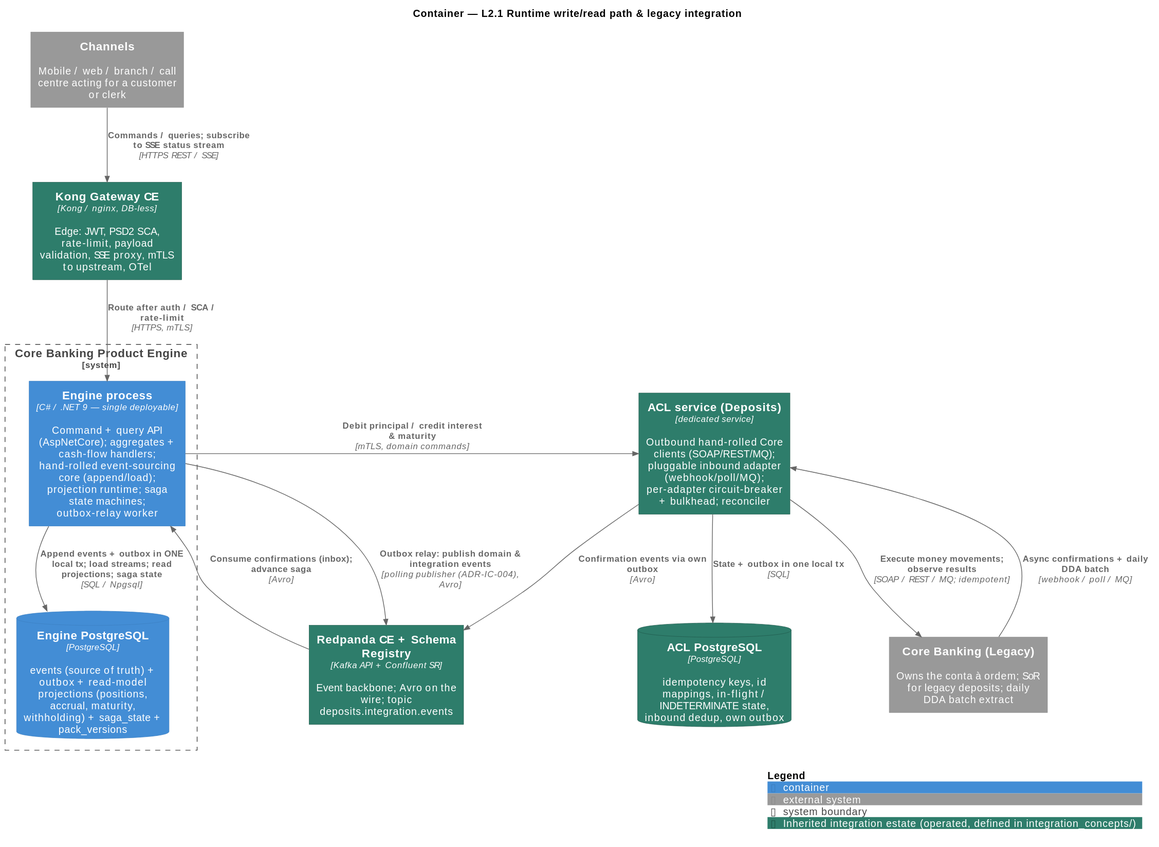
This is docs/product-management/product_concepts/diagrams/c4-l2-runtime-write-read.svg from jhosm/archie, a PlantUML export, as it was before one commit.
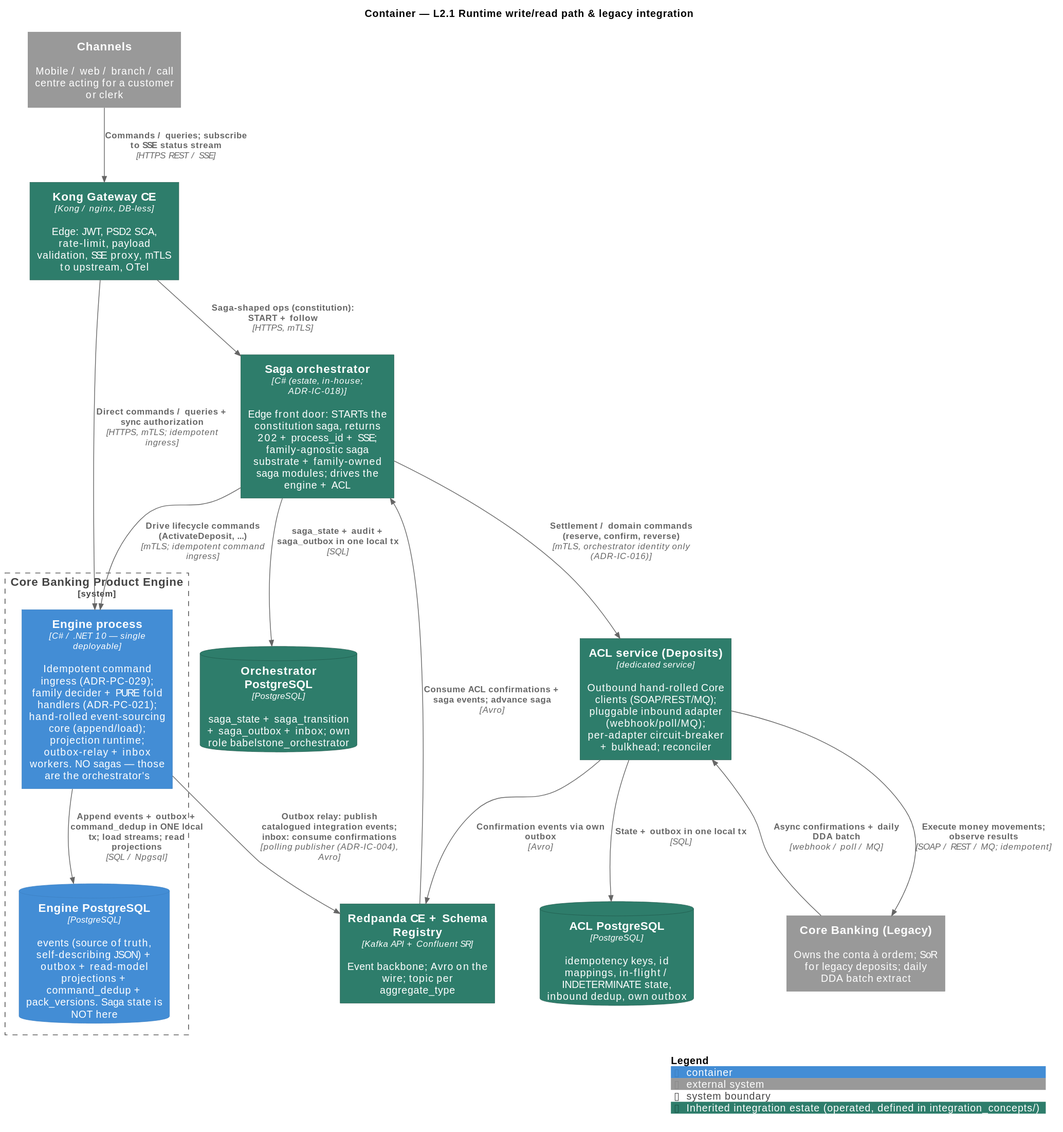
The same diagram one commit later.

What changed in the source:
```diff
@@ -8,27 +8,32 @@
 System_Ext(channels, "Channels", "Mobile / web / branch / call centre acting for a customer or clerk")
 
 System_Boundary(engine_sys, "Core Banking Product Engine") {
-  Container(engine, "Engine process", "C# / .NET 9 — single deployable", "Command + query API (AspNetCore); aggregates + cash-flow handlers; hand-rolled event-sourcing core (append/load); projection runtime; saga state machines; outbox-relay worker")
-  ContainerDb(pg, "Engine PostgreSQL", "PostgreSQL", "events (source of truth) + outbox + read-model projections (positions, accrual, maturity, withholding) + saga_state + pack_versions")
+  Container(engine, "Engine process", "C# / .NET 10 — single deployable", "Idempotent command ingress (ADR-PC-029); family decider + PURE fold handlers (ADR-PC-021); hand-rolled event-sourcing core (append/load); projection runtime; outbox-relay + inbox workers. NO sagas — those are the orchestrator's")
+  ContainerDb(pg, "Engine PostgreSQL", "PostgreSQL", "events (source of truth, self-describing JSON) + outbox + read-model projections + command_dedup + pack_versions. Saga state is NOT here")
 }
 
 Container(kong, "Kong Gateway CE", "Kong / nginx, DB-less", "Edge: JWT, PSD2 SCA, rate-limit, payload validation, SSE proxy, mTLS to upstream, OTel", $tags="estate")
-Container(redpanda, "Redpanda CE + Schema Registry", "Kafka API + Confluent SR", "Event backbone; Avro on the wire; topic deposits.integration.events", $tags="estate")
+Container(orch, "Saga orchestrator", "C# (estate, in-house; ADR-IC-018)", "Edge front door: STARTs the constitution saga, returns 202 + process_id + SSE; family-agnostic saga substrate + family-owned saga modules; drives the engine + ACL", $tags="estate")
+ContainerDb(orchpg, "Orchestrator PostgreSQL", "PostgreSQL", "saga_state + saga_transition + saga_outbox + inbox; own role babelstone_orchestrator", $tags="estate")
+Container(redpanda, "Redpanda CE + Schema Registry", "Kafka API + Confluent SR", "Event backbone; Avro on the wire; topic per aggregate_type", $tags="estate")
 Container(acl, "ACL service (Deposits)", "dedicated service", "Outbound hand-rolled Core clients (SOAP/REST/MQ); pluggable inbound adapter (webhook/poll/MQ); per-adapter circuit-breaker + bulkhead; reconciler", $tags="estate")
 ContainerDb(acldb, "ACL PostgreSQL", "PostgreSQL", "idempotency keys, id mappings, in-flight / INDETERMINATE state, inbound dedup, own outbox", $tags="estate")
 
 System_Ext(core, "Core Banking (Legacy)", "Owns the conta à ordem; SoR for legacy deposits; daily DDA batch extract")
 
 Rel(channels, kong, "Commands / queries; subscribe to SSE status stream", "HTTPS REST / SSE")
-Rel(kong, engine, "Route after auth / SCA / rate-limit", "HTTPS, mTLS")
-Rel(engine, pg, "Append events + outbox in ONE local tx; load streams; read projections; saga state", "SQL / Npgsql")
-Rel(engine, redpanda, "Outbox relay: publish domain & integration events", "polling publisher (ADR-IC-004), Avro")
-Rel(engine, acl, "Debit principal / credit interest & maturity", "mTLS, domain commands")
+Rel(kong, orch, "Saga-shaped ops (constitution): START + follow", "HTTPS, mTLS")
+Rel(kong, engine, "Direct commands / queries + sync authorization", "HTTPS, mTLS; idempotent ingress")
+Rel(orch, engine, "Drive lifecycle commands (ActivateDeposit, ...)", "mTLS; idempotent command ingress")
+Rel(orch, orchpg, "saga_state + audit + saga_outbox in one local tx", "SQL")
+Rel(engine, pg, "Append events + outbox + command_dedup in ONE local tx; load streams; read projections", "SQL / Npgsql")
+Rel(engine, redpanda, "Outbox relay: publish catalogued integration events; inbox: consume confirmations", "polling publisher (ADR-IC-004), Avro")
+Rel(orch, acl, "Settlement / domain commands (reserve, confirm, reverse)", "mTLS, orchestrator identity only (ADR-IC-016)")
 Rel(acl, acldb, "State + outbox in one local tx", "SQL")
 Rel(acl, core, "Execute money movements; observe results", "SOAP / REST / MQ; idempotent")
 Rel(core, acl, "Async confirmations + daily DDA batch", "webhook / poll / MQ")
 Rel(acl, redpanda, "Confirmation events via own outbox", "Avro")
-Rel(redpanda, engine, "Consume confirmations (inbox); advance saga", "Avro")
+Rel(redpanda, orch, "Consume ACL confirmations + saga events; advance saga", "Avro")
 
 SHOW_LEGEND()
 @enduml
```
